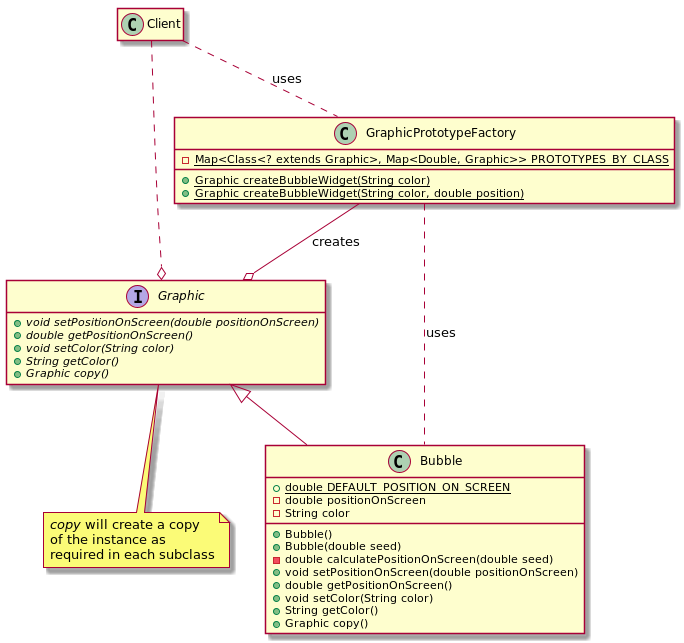
lealceldeiro/gems keeps this PlantUML diagram as DesignPatternsElementsOfReusableObjectOrientesSoftware/Chapter03/Prototype/image/code_class_design.png. Above is the earlier version.
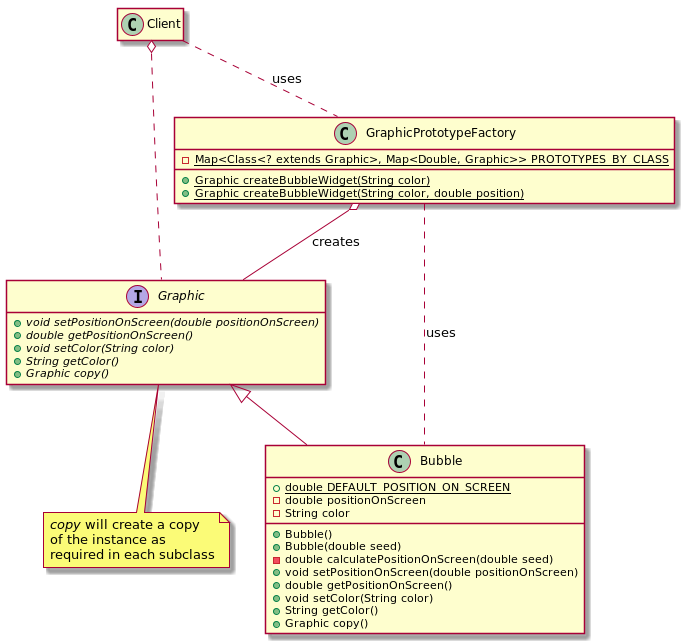
The same diagram one commit later.

Commit message:
Update class design images

What changed in the source:
```diff
@@ -31,12 +31,12 @@
     + {static} Graphic createBubbleWidget(String color, double position)
 }
 
-GraphicPrototypeFactory --o Graphic : creates
+GraphicPrototypeFactory o-- Graphic : creates
 GraphicPrototypeFactory .. Bubble : uses
 
 class Client
 
-Client ..o Graphic
+Client o.. Graphic
 Client .. GraphicPrototypeFactory : uses
 
 hide empty members
```
